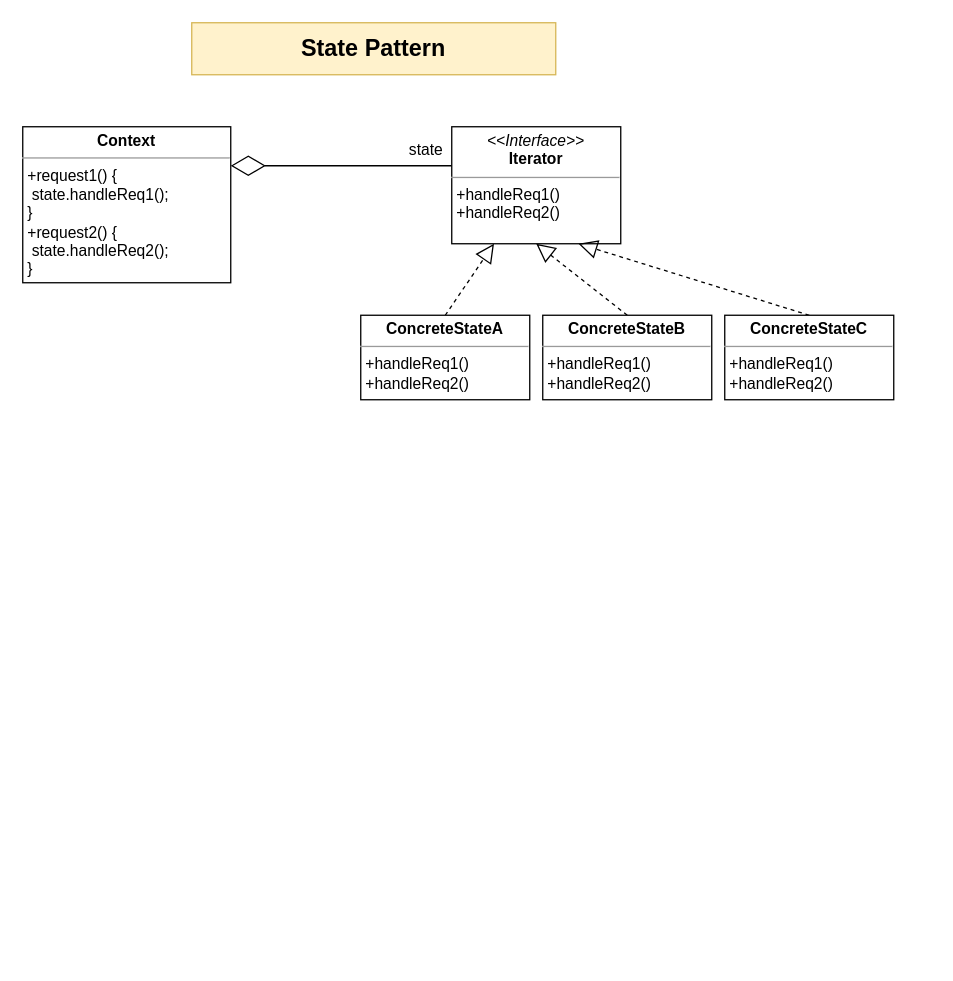
The draw.io diagram Design Pattern/Behavioral_Pattern/State Pattern.drawio in ballantine04/ballantine04, before the edit. Source tidied: cells renumbered, new cells numbered last; positions are measured from the earlier drawing's top-left corner, leaving out a move shared by most shapes. Both pictures are drawn from the tidied source at 130%, with x=0, y=0 at pixel (22, 22).
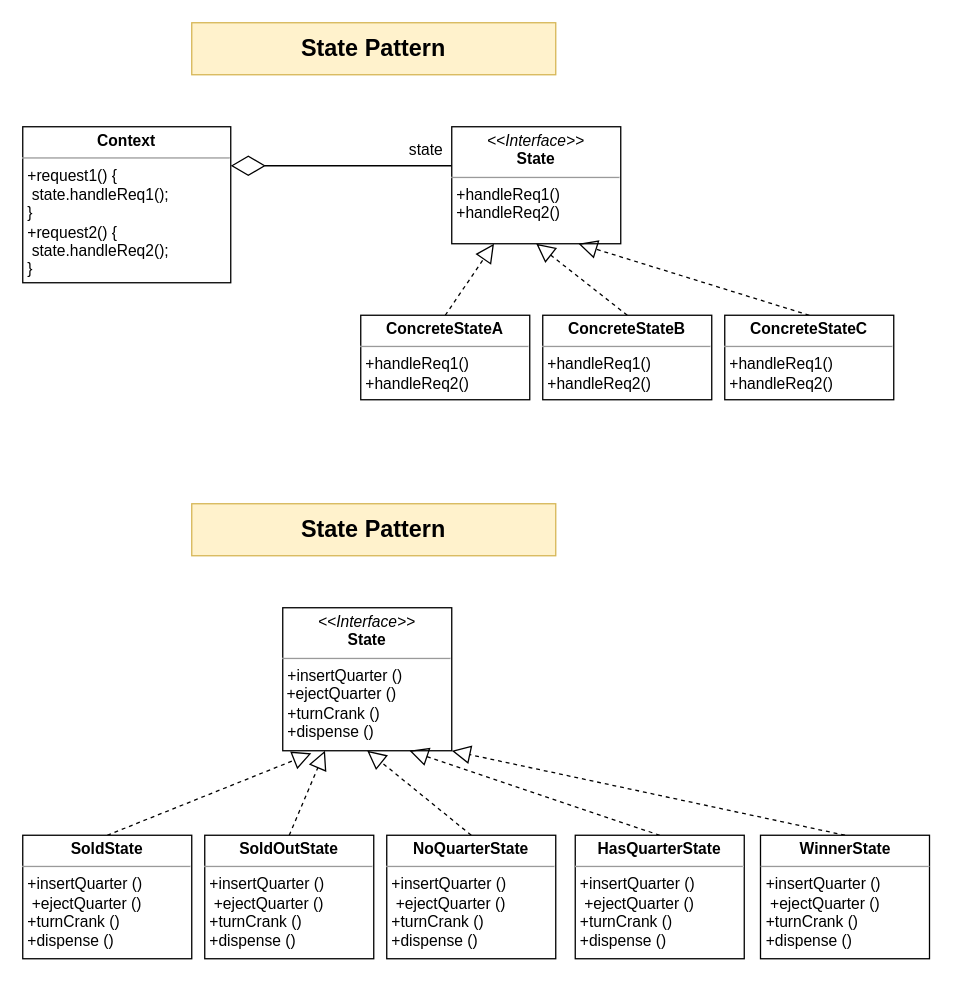
The same diagram, later.

Change to the diagram source:
```diff
@@
-    <mxCell id="6" value="&lt;p style=&quot;margin: 0px ; margin-top: 4px ; text-align: center&quot;&gt;&lt;i&gt;&amp;lt;&amp;lt;Interface&amp;gt;&amp;gt;&lt;/i&gt;&lt;br&gt;&lt;b&gt;Iterator&lt;/b&gt;&lt;/p&gt;&lt;hr size=&quot;1&quot;&gt;&lt;p style=&quot;margin: 0px ; margin-left: 4px&quot;&gt;&lt;/p&gt;&lt;p style=&quot;margin: 0px 0px 0px 4px&quot;&gt;+handleReq1()&lt;br&gt;&lt;/p&gt;&lt;p style=&quot;margin: 0px 0px 0px 4px&quot;&gt;+handleReq2()&lt;/p&gt;" style="verticalAlign=top;align=left;overflow=fill;fontSize=12;fontFamily=Helvetica;html=1;" parent="1" vertex="1">
+    <mxCell id="6" value="&lt;p style=&quot;margin: 0px ; margin-top: 4px ; text-align: center&quot;&gt;&lt;i&gt;&amp;lt;&amp;lt;Interface&amp;gt;&amp;gt;&lt;/i&gt;&lt;br&gt;&lt;b&gt;State&lt;/b&gt;&lt;/p&gt;&lt;hr size=&quot;1&quot;&gt;&lt;p style=&quot;margin: 0px ; margin-left: 4px&quot;&gt;&lt;/p&gt;&lt;p style=&quot;margin: 0px 0px 0px 4px&quot;&gt;+handleReq1()&lt;br&gt;&lt;/p&gt;&lt;p style=&quot;margin: 0px 0px 0px 4px&quot;&gt;+handleReq2()&lt;/p&gt;" style="verticalAlign=top;align=left;overflow=fill;fontSize=12;fontFamily=Helvetica;html=1;" parent="1" vertex="1">
       <mxGeometry x="330" y="80" width="130" height="90" as="geometry" />
     </mxCell>
@@
+    <mxCell id="13" value="State Pattern" style="text;html=1;strokeColor=#d6b656;fillColor=#fff2cc;align=center;verticalAlign=middle;whiteSpace=wrap;rounded=0;fontSize=18;fontStyle=1;" parent="1" vertex="1">
+      <mxGeometry x="130" y="370" width="280" height="40" as="geometry" />
+    </mxCell>
+    <mxCell id="14" style="endArrow=block;dashed=1;endFill=0;endSize=12;html=1;exitX=0.5;exitY=0;exitDx=0;exitDy=0;entryX=0.169;entryY=1.018;entryDx=0;entryDy=0;entryPerimeter=0;" parent="1" edge="1" source="15" target="16">
+      <mxGeometry relative="1" as="geometry" />
+    </mxCell>
+    <mxCell id="15" value="&lt;p style=&quot;margin: 0px ; margin-top: 4px ; text-align: center&quot;&gt;&lt;b&gt;SoldState&lt;/b&gt;&lt;/p&gt;&lt;hr size=&quot;1&quot;&gt;&lt;p style=&quot;margin: 0px ; margin-left: 4px&quot;&gt;&lt;/p&gt;&lt;p style=&quot;margin: 0px 0px 0px 4px&quot;&gt;&lt;span&gt;+insertQuarter ()&lt;/span&gt;&lt;br&gt;&lt;/p&gt;&lt;p style=&quot;margin: 0px 0px 0px 4px&quot;&gt;&amp;nbsp;+ejectQuarter&amp;nbsp;&lt;span&gt;()&lt;/span&gt;&lt;br&gt;&lt;/p&gt;&lt;p style=&quot;margin: 0px 0px 0px 4px&quot;&gt;+turnCrank ()&lt;br&gt;&lt;/p&gt;&lt;p style=&quot;margin: 0px 0px 0px 4px&quot;&gt;+dispense ()&lt;/p&gt;" style="verticalAlign=top;align=left;overflow=fill;fontSize=12;fontFamily=Helvetica;html=1;" parent="1" vertex="1">
+      <mxGeometry y="625" width="130" height="95" as="geometry" />
+    </mxCell>
+    <mxCell id="16" value="&lt;p style=&quot;margin: 0px ; margin-top: 4px ; text-align: center&quot;&gt;&lt;i&gt;&amp;lt;&amp;lt;Interface&amp;gt;&amp;gt;&lt;/i&gt;&lt;br&gt;&lt;b&gt;State&lt;/b&gt;&lt;/p&gt;&lt;hr size=&quot;1&quot;&gt;&lt;p style=&quot;margin: 0px ; margin-left: 4px&quot;&gt;&lt;/p&gt;&lt;p style=&quot;margin: 0px 0px 0px 4px&quot;&gt;&lt;span&gt;+insertQuarter ()&lt;/span&gt;&lt;br&gt;&lt;/p&gt;&amp;nbsp;+ejectQuarter&amp;nbsp;&lt;span&gt;()&lt;/span&gt;&lt;br&gt;&lt;p style=&quot;margin: 0px 0px 0px 4px&quot;&gt;+turnCrank ()&lt;br&gt;&lt;/p&gt;&lt;p style=&quot;margin: 0px 0px 0px 4px&quot;&gt;+dispense ()&lt;br&gt;&lt;/p&gt;" style="verticalAlign=top;align=left;overflow=fill;fontSize=12;fontFamily=Helvetica;html=1;" parent="1" vertex="1">
+      <mxGeometry x="200" y="450" width="130" height="110" as="geometry" />
+    </mxCell>
+    <mxCell id="17" style="endArrow=block;dashed=1;endFill=0;endSize=12;html=1;exitX=0.5;exitY=0;exitDx=0;exitDy=0;entryX=0.25;entryY=1;entryDx=0;entryDy=0;" parent="1" edge="1" source="18" target="16">
+      <mxGeometry relative="1" as="geometry" />
+    </mxCell>
+    <mxCell id="18" value="&lt;p style=&quot;margin: 0px ; margin-top: 4px ; text-align: center&quot;&gt;&lt;b&gt;SoldOutState&lt;/b&gt;&lt;/p&gt;&lt;hr size=&quot;1&quot;&gt;&lt;p style=&quot;margin: 0px ; margin-left: 4px&quot;&gt;&lt;/p&gt;&lt;p style=&quot;margin: 0px 0px 0px 4px&quot;&gt;&lt;span&gt;+insertQuarter ()&lt;/span&gt;&lt;br&gt;&lt;/p&gt;&lt;p style=&quot;margin: 0px 0px 0px 4px&quot;&gt;&amp;nbsp;+ejectQuarter&amp;nbsp;&lt;span&gt;()&lt;/span&gt;&lt;br&gt;&lt;/p&gt;&lt;p style=&quot;margin: 0px 0px 0px 4px&quot;&gt;+turnCrank ()&lt;br&gt;&lt;/p&gt;&lt;p style=&quot;margin: 0px 0px 0px 4px&quot;&gt;+dispense ()&lt;/p&gt;" style="verticalAlign=top;align=left;overflow=fill;fontSize=12;fontFamily=Helvetica;html=1;" parent="1" vertex="1">
+      <mxGeometry x="140" y="625" width="130" height="95" as="geometry" />
+    </mxCell>
+    <mxCell id="19" style="endArrow=block;dashed=1;endFill=0;endSize=12;html=1;exitX=0.5;exitY=0;exitDx=0;exitDy=0;entryX=0.5;entryY=1;entryDx=0;entryDy=0;" parent="1" edge="1" source="20" target="16">
+      <mxGeometry relative="1" as="geometry" />
+    </mxCell>
+    <mxCell id="20" value="&lt;p style=&quot;margin: 0px ; margin-top: 4px ; text-align: center&quot;&gt;&lt;b&gt;NoQuarterState&lt;/b&gt;&lt;/p&gt;&lt;hr size=&quot;1&quot;&gt;&lt;p style=&quot;margin: 0px ; margin-left: 4px&quot;&gt;&lt;/p&gt;&lt;p style=&quot;margin: 0px 0px 0px 4px&quot;&gt;&lt;span&gt;+insertQuarter ()&lt;/span&gt;&lt;br&gt;&lt;/p&gt;&lt;p style=&quot;margin: 0px 0px 0px 4px&quot;&gt;&amp;nbsp;+ejectQuarter&amp;nbsp;&lt;span&gt;()&lt;/span&gt;&lt;br&gt;&lt;/p&gt;&lt;p style=&quot;margin: 0px 0px 0px 4px&quot;&gt;+turnCrank ()&lt;br&gt;&lt;/p&gt;&lt;p style=&quot;margin: 0px 0px 0px 4px&quot;&gt;+dispense ()&lt;/p&gt;" style="verticalAlign=top;align=left;overflow=fill;fontSize=12;fontFamily=Helvetica;html=1;" parent="1" vertex="1">
+      <mxGeometry x="280" y="625" width="130" height="95" as="geometry" />
+    </mxCell>
+    <mxCell id="21" style="endArrow=block;dashed=1;endFill=0;endSize=12;html=1;exitX=0.5;exitY=0;exitDx=0;exitDy=0;entryX=0.75;entryY=1;entryDx=0;entryDy=0;" parent="1" edge="1" source="22" target="16">
+      <mxGeometry relative="1" as="geometry" />
+    </mxCell>
+    <mxCell id="22" value="&lt;p style=&quot;margin: 0px ; margin-top: 4px ; text-align: center&quot;&gt;&lt;b&gt;HasQuarterState&lt;/b&gt;&lt;/p&gt;&lt;hr size=&quot;1&quot;&gt;&lt;p style=&quot;margin: 0px ; margin-left: 4px&quot;&gt;&lt;/p&gt;&lt;p style=&quot;margin: 0px 0px 0px 4px&quot;&gt;&lt;span&gt;+insertQuarter ()&lt;/span&gt;&lt;br&gt;&lt;/p&gt;&lt;p style=&quot;margin: 0px 0px 0px 4px&quot;&gt;&amp;nbsp;+ejectQuarter&amp;nbsp;&lt;span&gt;()&lt;/span&gt;&lt;br&gt;&lt;/p&gt;&lt;p style=&quot;margin: 0px 0px 0px 4px&quot;&gt;+turnCrank ()&lt;br&gt;&lt;/p&gt;&lt;p style=&quot;margin: 0px 0px 0px 4px&quot;&gt;+dispense ()&lt;/p&gt;" style="verticalAlign=top;align=left;overflow=fill;fontSize=12;fontFamily=Helvetica;html=1;" parent="1" vertex="1">
+      <mxGeometry x="425" y="625" width="130" height="95" as="geometry" />
+    </mxCell>
+    <mxCell id="23" style="endArrow=block;dashed=1;endFill=0;endSize=12;html=1;exitX=0.5;exitY=0;exitDx=0;exitDy=0;entryX=1;entryY=1;entryDx=0;entryDy=0;" parent="1" edge="1" source="24" target="16">
+      <mxGeometry relative="1" as="geometry" />
+    </mxCell>
+    <mxCell id="24" value="&lt;p style=&quot;margin: 0px ; margin-top: 4px ; text-align: center&quot;&gt;&lt;b&gt;WinnerState&lt;/b&gt;&lt;/p&gt;&lt;hr size=&quot;1&quot;&gt;&lt;p style=&quot;margin: 0px ; margin-left: 4px&quot;&gt;&lt;/p&gt;&lt;p style=&quot;margin: 0px 0px 0px 4px&quot;&gt;&lt;span&gt;+insertQuarter ()&lt;/span&gt;&lt;br&gt;&lt;/p&gt;&lt;p style=&quot;margin: 0px 0px 0px 4px&quot;&gt;&amp;nbsp;+ejectQuarter&amp;nbsp;&lt;span&gt;()&lt;/span&gt;&lt;br&gt;&lt;/p&gt;&lt;p style=&quot;margin: 0px 0px 0px 4px&quot;&gt;+turnCrank ()&lt;br&gt;&lt;/p&gt;&lt;p style=&quot;margin: 0px 0px 0px 4px&quot;&gt;+dispense ()&lt;/p&gt;" style="verticalAlign=top;align=left;overflow=fill;fontSize=12;fontFamily=Helvetica;html=1;" parent="1" vertex="1">
+      <mxGeometry x="567.5" y="625" width="130" height="95" as="geometry" />
+    </mxCell>
```
